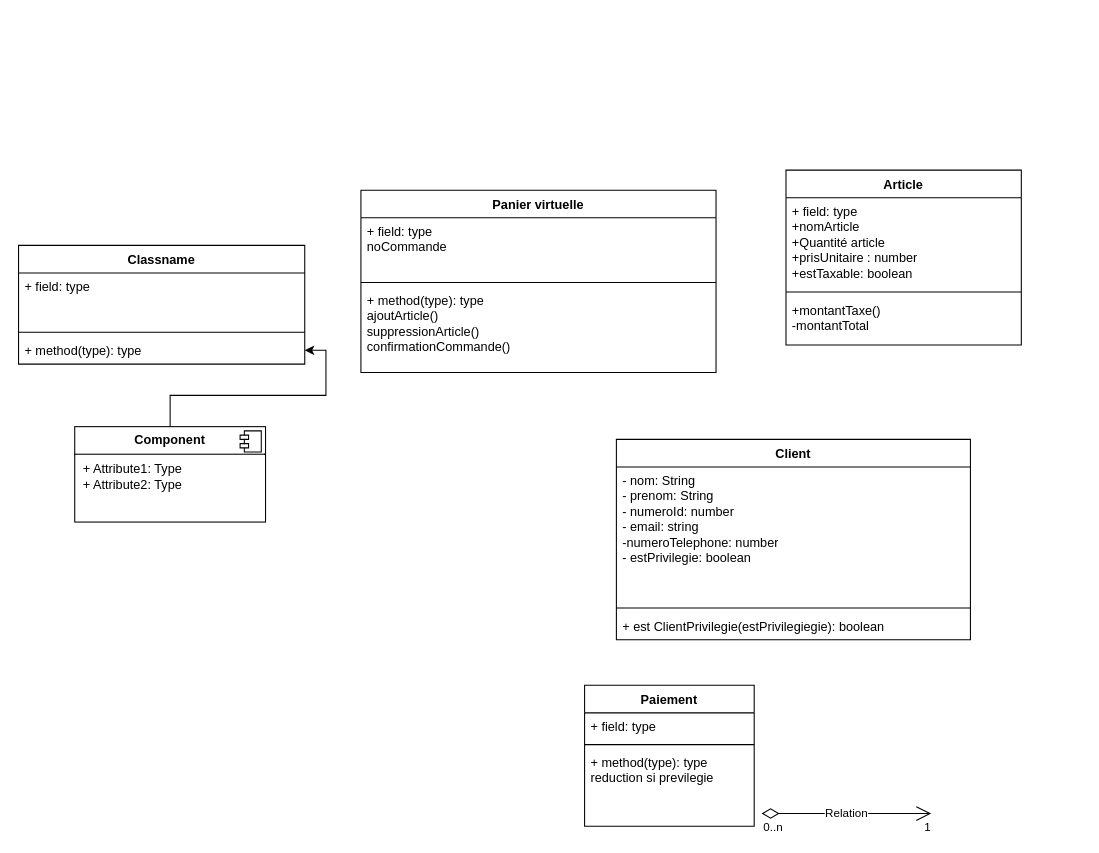
franck-code/tests keeps this draw.io diagram as page "Page-1" (1 of 2) of TP4.drawio. Above is the earlier version. Source tidied: cells renumbered, new cells numbered last; positions are measured from the earlier drawing's top-left corner, leaving out a move shared by most shapes. Both pictures are drawn from the tidied source at 106%, with x=0, y=0 at pixel (18, 170).
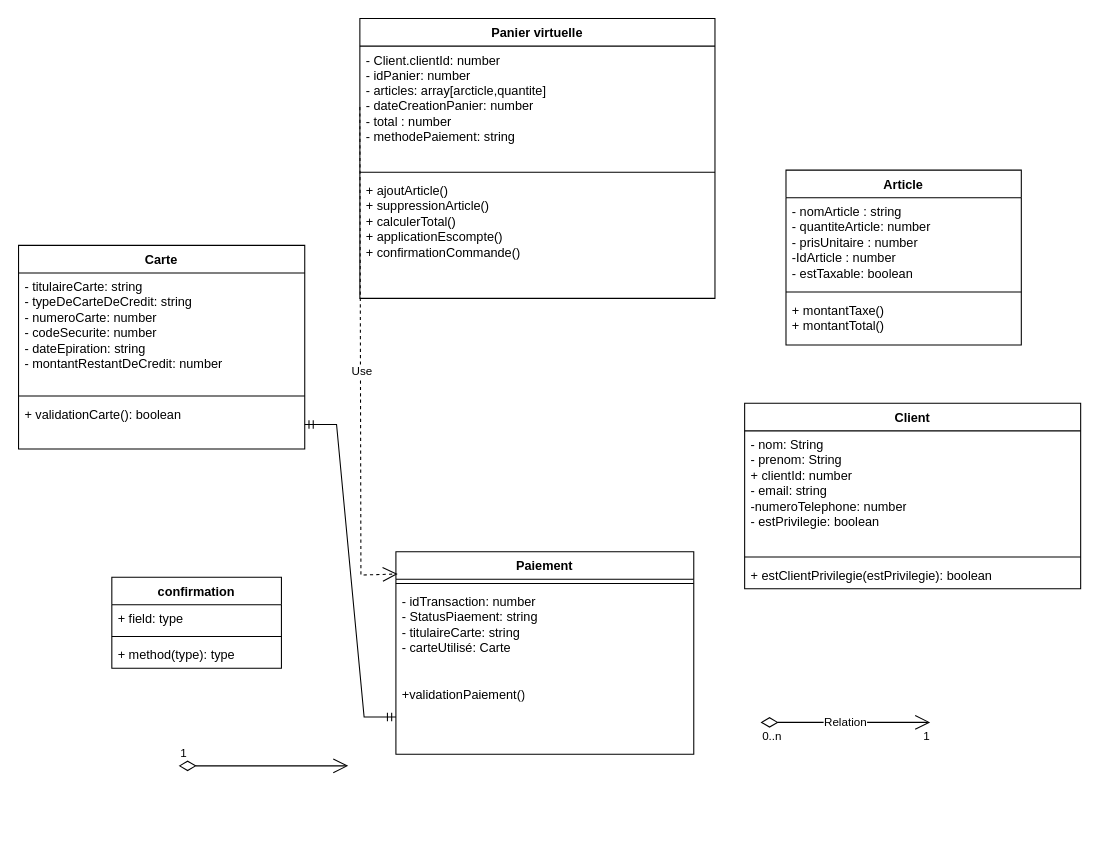
Above is the later version.

Unchanged cells that the change refers to:
```xml
<mxCell id="2" value="Article" style="swimlane;fontStyle=1;align=center;verticalAlign=top;horizontal=1;startSize=26;whiteSpace=wrap;html=1;" parent="1" vertex="1">
  <mxGeometry x="724" width="222" height="165" as="geometry" />
</mxCell>
```

What changed in the source:
```diff
@@
-    <mxCell id="3" value="+ field: type&lt;div&gt;+nomArticle&lt;br&gt;+Quantité article&lt;br&gt;+prisUnitaire : number&lt;br&gt;+estTaxable: boolean&lt;br&gt;&lt;br&gt;&lt;/div&gt;" style="text;strokeColor=none;fillColor=none;align=left;verticalAlign=top;spacingLeft=4;spacingRight=4;overflow=hidden;whiteSpace=wrap;html=1;" parent="2" vertex="1">
+    <mxCell id="3" value="&lt;div&gt;- nomArticle : string&lt;/div&gt;&lt;div&gt;- quantiteArticle: number&lt;br&gt;- prisUnitaire : number&lt;/div&gt;&lt;div&gt;-IdArticle : number&lt;br&gt;- estTaxable: boolean&lt;br&gt;&lt;br&gt;&lt;/div&gt;" style="text;strokeColor=none;fillColor=none;align=left;verticalAlign=top;spacingLeft=4;spacingRight=4;overflow=hidden;whiteSpace=wrap;html=1;" parent="2" vertex="1">
       <mxGeometry y="26" width="222" height="85" as="geometry" />
     </mxCell>
@@
-    <mxCell id="5" value="+montantTaxe()&lt;div&gt;-montantTotal&lt;/div&gt;" style="text;strokeColor=none;fillColor=none;align=left;verticalAlign=top;spacingLeft=4;spacingRight=4;overflow=hidden;whiteSpace=wrap;html=1;" parent="2" vertex="1">
+    <mxCell id="5" value="+ montantTaxe()&lt;div&gt;+ montantTotal()&lt;/div&gt;" style="text;strokeColor=none;fillColor=none;align=left;verticalAlign=top;spacingLeft=4;spacingRight=4;overflow=hidden;whiteSpace=wrap;html=1;" parent="2" vertex="1">
       <mxGeometry y="119" width="222" height="46" as="geometry" />
     </mxCell>
     <mxCell id="6" value="Client" style="swimlane;fontStyle=1;align=center;verticalAlign=top;horizontal=1;startSize=26;whiteSpace=wrap;html=1;" parent="1" vertex="1">
-      <mxGeometry x="564" y="254" width="334" height="189" as="geometry" />
+      <mxGeometry x="685" y="220" width="317" height="175" as="geometry" />
     </mxCell>
-    <mxCell id="7" value="&lt;div&gt;&lt;div&gt;- nom: String&lt;/div&gt;&lt;/div&gt;&lt;div&gt;- prenom: String&lt;br&gt;- numeroId: number&lt;/div&gt;&lt;div&gt;- email: string&lt;/div&gt;&lt;div&gt;-numeroTelephone: number&lt;/div&gt;&lt;div&gt;- estPrivilegie: boolean&lt;/div&gt;" style="text;strokeColor=none;fillColor=none;align=left;verticalAlign=top;spacingLeft=4;spacingRight=4;overflow=hidden;whiteSpace=wrap;html=1;" parent="6" vertex="1">
-      <mxGeometry y="26" width="334" height="129" as="geometry" />
+    <mxCell id="7" value="&lt;div&gt;&lt;div&gt;- nom: String&lt;/div&gt;&lt;/div&gt;&lt;div&gt;- prenom: String&lt;br&gt;+ clientId: number&lt;/div&gt;&lt;div&gt;- email: string&lt;/div&gt;&lt;div&gt;-numeroTelephone: number&lt;/div&gt;&lt;div&gt;- estPrivilegie: boolean&lt;/div&gt;" style="text;strokeColor=none;fillColor=none;align=left;verticalAlign=top;spacingLeft=4;spacingRight=4;overflow=hidden;whiteSpace=wrap;html=1;" parent="6" vertex="1">
+      <mxGeometry y="26" width="317" height="115" as="geometry" />
     </mxCell>
     <mxCell id="8" style="line;strokeWidth=1;fillColor=none;align=left;verticalAlign=middle;spacingTop=-1;spacingLeft=3;spacingRight=3;labelPosition=right;strokeColor=inherit;" parent="6" vertex="1">
-      <mxGeometry y="155" width="334" height="8" as="geometry" />
+      <mxGeometry y="141" width="317" height="8" as="geometry" />
     </mxCell>
-    <mxCell id="9" value="+ est ClientPrivilegie(estPrivilegiegie): boolean" style="text;strokeColor=none;fillColor=none;align=left;verticalAlign=top;spacingLeft=4;spacingRight=4;overflow=hidden;whiteSpace=wrap;html=1;" parent="6" vertex="1">
-      <mxGeometry y="163" width="334" height="26" as="geometry" />
+    <mxCell id="9" value="+ estClientPrivilegie(estPrivilegie): boolean" style="text;strokeColor=none;fillColor=none;align=left;verticalAlign=top;spacingLeft=4;spacingRight=4;overflow=hidden;whiteSpace=wrap;html=1;" parent="6" vertex="1">
+      <mxGeometry y="149" width="317" height="26" as="geometry" />
     </mxCell>
     <mxCell id="10" value="Panier virtuelle" style="swimlane;fontStyle=1;align=center;verticalAlign=top;horizontal=1;startSize=26;whiteSpace=wrap;html=1;" parent="1" vertex="1">
-      <mxGeometry x="323" y="19" width="335" height="172" as="geometry" />
+      <mxGeometry x="322" y="-143" width="335" height="264" as="geometry" />
     </mxCell>
-    <mxCell id="11" value="+ field: type&lt;div&gt;noCommande&lt;/div&gt;" style="text;strokeColor=none;fillColor=none;align=left;verticalAlign=top;spacingLeft=4;spacingRight=4;overflow=hidden;points=[[0,0.5],[1,0.5]];portConstraint=eastwest;whiteSpace=wrap;html=1;" parent="10" vertex="1">
-      <mxGeometry y="26" width="335" height="57" as="geometry" />
+    <mxCell id="11" value="&lt;div&gt;- Client.clientId: number&lt;/div&gt;&lt;div&gt;&lt;span style=&quot;background-color: transparent; color: light-dark(rgb(0, 0, 0), rgb(255, 255, 255));&quot;&gt;- idPanier: number&lt;/span&gt;&lt;/div&gt;&lt;div&gt;- articles: array[arcticle,quantite]&lt;/div&gt;&lt;div&gt;&lt;span style=&quot;background-color: transparent; color: light-dark(rgb(0, 0, 0), rgb(255, 255, 255));&quot;&gt;- dateCreationPanier: number&lt;/span&gt;&lt;/div&gt;&lt;div&gt;- total : number&lt;/div&gt;&lt;div&gt;- methodePaiement: string&lt;/div&gt;&lt;div&gt;&lt;br&gt;&lt;/div&gt;&lt;div&gt;&lt;br&gt;&lt;/div&gt;" style="text;strokeColor=none;fillColor=none;align=left;verticalAlign=top;spacingLeft=4;spacingRight=4;overflow=hidden;points=[[0,0.5],[1,0.5]];portConstraint=eastwest;whiteSpace=wrap;html=1;" parent="10" vertex="1">
+      <mxGeometry y="26" width="335" height="115" as="geometry" />
     </mxCell>
     <mxCell id="12" style="line;strokeWidth=1;fillColor=none;align=left;verticalAlign=middle;spacingTop=-1;spacingLeft=3;spacingRight=3;labelPosition=right;strokeColor=inherit;" parent="10" vertex="1">
-      <mxGeometry y="83" width="335" height="8" as="geometry" />
+      <mxGeometry y="141" width="335" height="8" as="geometry" />
     </mxCell>
-    <mxCell id="13" value="+ method(type): type&lt;div&gt;ajoutArticle()&lt;/div&gt;&lt;div&gt;suppressionArticle()&lt;/div&gt;&lt;div&gt;confirmationCommande()&lt;/div&gt;" style="text;strokeColor=none;fillColor=none;align=left;verticalAlign=top;spacingLeft=4;spacingRight=4;overflow=hidden;whiteSpace=wrap;html=1;" parent="10" vertex="1">
-      <mxGeometry y="91" width="335" height="81" as="geometry" />
+    <mxCell id="13" value="&lt;div&gt;+ ajoutArticle()&lt;/div&gt;&lt;div&gt;+ suppressionArticle()&lt;/div&gt;&lt;div&gt;+ calculerTotal()&lt;/div&gt;&lt;div&gt;+ applicationEscompte()&lt;/div&gt;&lt;div&gt;+ confirmationCommande()&lt;/div&gt;" style="text;strokeColor=none;fillColor=none;align=left;verticalAlign=top;spacingLeft=4;spacingRight=4;overflow=hidden;whiteSpace=wrap;html=1;" parent="10" vertex="1">
+      <mxGeometry y="149" width="335" height="115" as="geometry" />
     </mxCell>
     <mxCell id="14" value="Paiement" style="swimlane;fontStyle=1;align=center;verticalAlign=top;horizontal=1;startSize=26;whiteSpace=wrap;html=1;" parent="1" vertex="1">
-      <mxGeometry x="534" y="486" width="160" height="133" as="geometry" />
+      <mxGeometry x="356" y="360" width="281" height="191" as="geometry" />
     </mxCell>
+    <mxCell id="16" style="line;strokeWidth=1;fillColor=none;align=left;verticalAlign=middle;spacingTop=-1;spacingLeft=3;spacingRight=3;labelPosition=right;strokeColor=inherit;" parent="14" vertex="1">
+      <mxGeometry y="26" width="281" height="8" as="geometry" />
+    </mxCell>
-    <mxCell id="15" value="+ field: type" style="text;strokeColor=none;fillColor=none;align=left;verticalAlign=top;spacingLeft=4;spacingRight=4;overflow=hidden;whiteSpace=wrap;html=1;" parent="14" vertex="1">
-      <mxGeometry y="26" width="160" height="26" as="geometry" />
+    <mxCell id="15" value="- idTransaction: number&lt;div&gt;- StatusPiaement: string&lt;/div&gt;&lt;div&gt;- titulaireCarte: string&lt;/div&gt;&lt;div&gt;- carteUtilisé: Carte&lt;/div&gt;" style="text;strokeColor=none;fillColor=none;align=left;verticalAlign=top;spacingLeft=4;spacingRight=4;overflow=hidden;whiteSpace=wrap;html=1;" parent="14" vertex="1">
+      <mxGeometry y="34" width="281" height="87" as="geometry" />
     </mxCell>
-    <mxCell id="16" style="line;strokeWidth=1;fillColor=none;align=left;verticalAlign=middle;spacingTop=-1;spacingLeft=3;spacingRight=3;labelPosition=right;strokeColor=inherit;" parent="14" vertex="1">
-      <mxGeometry y="52" width="160" height="8" as="geometry" />
-    </mxCell>
-    <mxCell id="17" value="+ method(type): type&lt;div&gt;reduction si previlegie&lt;/div&gt;" style="text;strokeColor=none;fillColor=none;align=left;verticalAlign=top;spacingLeft=4;spacingRight=4;overflow=hidden;points=[[0,0.5],[1,0.5]];portConstraint=eastwest;whiteSpace=wrap;html=1;" parent="14" vertex="1">
-      <mxGeometry y="60" width="160" height="73" as="geometry" />
+    <mxCell id="17" value="+validationPaiement()" style="text;strokeColor=none;fillColor=none;align=left;verticalAlign=top;spacingLeft=4;spacingRight=4;overflow=hidden;points=[[0,0.5],[1,0.5]];portConstraint=eastwest;whiteSpace=wrap;html=1;" parent="14" vertex="1">
+      <mxGeometry y="121" width="281" height="70" as="geometry" />
     </mxCell>
-    <mxCell id="18" value="Classname" style="swimlane;fontStyle=1;align=center;verticalAlign=top;horizontal=1;startSize=26;whiteSpace=wrap;html=1;" parent="1" vertex="1">
-      <mxGeometry y="71" width="270" height="112" as="geometry" />
+    <mxCell id="18" value="Carte" style="swimlane;fontStyle=1;align=center;verticalAlign=top;horizontal=1;startSize=26;whiteSpace=wrap;html=1;" parent="1" vertex="1">
+      <mxGeometry y="71" width="270" height="192" as="geometry" />
     </mxCell>
-    <mxCell id="19" value="+ field: type" style="text;strokeColor=none;fillColor=none;align=left;verticalAlign=top;spacingLeft=4;spacingRight=4;overflow=hidden;whiteSpace=wrap;html=1;" parent="18" vertex="1">
-      <mxGeometry y="26" width="270" height="52" as="geometry" />
+    <mxCell id="19" value="- titulaireCarte: string&lt;div&gt;- typeDeCarteDeCredit: string&lt;/div&gt;&lt;div&gt;- numeroCarte: number&lt;/div&gt;&lt;div&gt;- codeSecurite: number&lt;/div&gt;&lt;div&gt;- dateEpiration: string&lt;/div&gt;&lt;div&gt;- montantRestantDeCredit: number&lt;/div&gt;" style="text;strokeColor=none;fillColor=none;align=left;verticalAlign=top;spacingLeft=4;spacingRight=4;overflow=hidden;whiteSpace=wrap;html=1;" parent="18" vertex="1">
+      <mxGeometry y="26" width="270" height="112" as="geometry" />
     </mxCell>
     <mxCell id="20" style="line;strokeWidth=1;fillColor=none;align=left;verticalAlign=middle;spacingTop=-1;spacingLeft=3;spacingRight=3;labelPosition=right;strokeColor=inherit;" parent="18" vertex="1">
-      <mxGeometry y="78" width="270" height="8" as="geometry" />
+      <mxGeometry y="138" width="270" height="8" as="geometry" />
     </mxCell>
-    <mxCell id="21" value="+ method(type): type" style="text;strokeColor=none;fillColor=none;align=left;verticalAlign=top;spacingLeft=4;spacingRight=4;overflow=hidden;points=[[0,0.5],[1,0.5]];portConstraint=eastwest;whiteSpace=wrap;html=1;" parent="18" vertex="1">
-      <mxGeometry y="86" width="270" height="26" as="geometry" />
+    <mxCell id="21" value="+ validationCarte(): boolean&lt;div&gt;&lt;br&gt;&lt;/div&gt;" style="text;strokeColor=none;fillColor=none;align=left;verticalAlign=top;spacingLeft=4;spacingRight=4;overflow=hidden;points=[[0,0.5],[1,0.5]];portConstraint=eastwest;whiteSpace=wrap;html=1;" parent="18" vertex="1">
+      <mxGeometry y="146" width="270" height="46" as="geometry" />
     </mxCell>
     <mxCell id="22" value="Relation" style="endArrow=open;html=1;endSize=12;startArrow=diamondThin;startSize=14;startFill=0;edgeStyle=orthogonalEdgeStyle;rounded=0;" parent="1" edge="1">
       <mxGeometry relative="1" as="geometry">
-        <mxPoint x="701" y="607" as="sourcePoint" />
-        <mxPoint x="861" y="607" as="targetPoint" />
+        <mxPoint x="700" y="521" as="sourcePoint" />
+        <mxPoint x="860" y="521" as="targetPoint" />
       </mxGeometry>
     </mxCell>
@@
-    <mxCell id="25" style="edgeStyle=orthogonalEdgeStyle;rounded=0;jettySize=auto;html=1;" parent="1" edge="1" source="26" target="21">
-      <mxGeometry relative="1" as="geometry" />
-    </mxCell>
-    <mxCell id="26" value="&lt;p style=&quot;margin:0px;margin-top:6px;text-align:center;&quot;&gt;&lt;b&gt;Component&lt;/b&gt;&lt;/p&gt;&lt;hr size=&quot;1&quot; style=&quot;border-style:solid;&quot;/&gt;&lt;p style=&quot;margin:0px;margin-left:8px;&quot;&gt;+ Attribute1: Type&lt;br/&gt;+ Attribute2: Type&lt;/p&gt;" style="align=left;overflow=fill;html=1;whiteSpace=wrap;" parent="1" vertex="1">
-      <mxGeometry x="53" y="242" width="180" height="90" as="geometry" />
-    </mxCell>
-    <mxCell id="27" style="shape=component;jettyWidth=8;jettyHeight=4;" parent="26" vertex="1">
-      <mxGeometry x="1" width="20" height="20" relative="1" as="geometry">
-        <mxPoint x="-24" y="4" as="offset" />
-      </mxGeometry>
-    </mxCell>
+    <mxCell id="28" value="confirmation" style="swimlane;fontStyle=1;align=center;verticalAlign=top;horizontal=1;startSize=26;whiteSpace=wrap;html=1;" parent="1" vertex="1">
+      <mxGeometry x="88" y="384" width="160" height="86" as="geometry" />
+    </mxCell>
+    <mxCell id="29" value="+ field: type" style="text;strokeColor=none;fillColor=none;align=left;verticalAlign=top;spacingLeft=4;spacingRight=4;overflow=hidden;whiteSpace=wrap;html=1;" parent="28" vertex="1">
+      <mxGeometry y="26" width="160" height="26" as="geometry" />
+    </mxCell>
+    <mxCell id="30" style="line;strokeWidth=1;fillColor=none;align=left;verticalAlign=middle;spacingTop=-1;spacingLeft=3;spacingRight=3;labelPosition=right;strokeColor=inherit;" parent="28" vertex="1">
+      <mxGeometry y="52" width="160" height="8" as="geometry" />
+    </mxCell>
+    <mxCell id="31" value="+ method(type): type" style="text;strokeColor=none;fillColor=none;align=left;verticalAlign=top;spacingLeft=4;spacingRight=4;overflow=hidden;whiteSpace=wrap;html=1;" parent="28" vertex="1">
+      <mxGeometry y="60" width="160" height="26" as="geometry" />
+    </mxCell>
+    <mxCell id="32" value="Use" style="endArrow=open;endSize=12;dashed=1;html=1;rounded=0;entryX=0.006;entryY=0.11;entryDx=0;entryDy=0;entryPerimeter=0;exitX=0;exitY=0.5;exitDx=0;exitDy=0;" parent="1" edge="1" source="11" target="14">
+      <mxGeometry x="0.05" relative="1" as="geometry">
+        <Array as="points">
+          <mxPoint x="323" y="382" />
+        </Array>
+        <mxPoint x="1" as="offset" />
+      </mxGeometry>
+    </mxCell>
+    <mxCell id="33" value="1" style="endArrow=open;html=1;endSize=12;startArrow=diamondThin;startSize=14;startFill=0;edgeStyle=orthogonalEdgeStyle;align=left;verticalAlign=bottom;rounded=0;" parent="1" edge="1">
+      <mxGeometry x="-1" y="3" relative="1" as="geometry">
+        <mxPoint x="151" y="562" as="sourcePoint" />
+        <mxPoint x="311" y="562" as="targetPoint" />
+      </mxGeometry>
+    </mxCell>
+    <mxCell id="34" style="edgeStyle=entityRelationEdgeStyle;fontSize=12;html=1;endArrow=ERmandOne;startArrow=ERmandOne;rounded=0;entryX=0;entryY=0.5;entryDx=0;entryDy=0;exitX=1;exitY=0.5;exitDx=0;exitDy=0;" parent="1" edge="1" source="21" target="17">
+      <mxGeometry relative="1" as="geometry" />
+    </mxCell>
```
